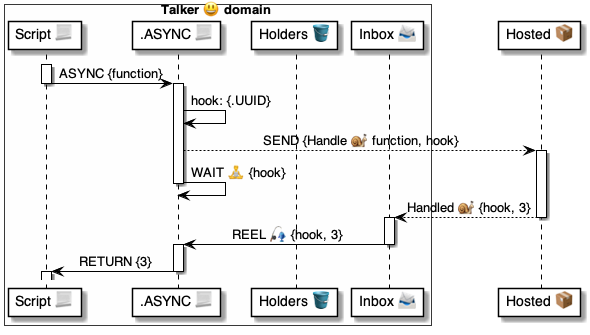
Earlier version of the PlantUML export 4 ⚙️ Solution/35 💬 Chats/Scripts 📃/📃 control ▶️/ASYNC 👷🏼/👷🏼 ASYNC ⚙️ uml.png (pollyweb-org/pollyweb-docs). Its source is kept beside it as 4 ⚙️ Solution/35 💬 Chats/Scripts 📃/📃 control ▶️/ASYNC 👷🏼/👷🏼 ASYNC ⚙️ uml.puml. The source it was exported from:
```plantuml
@startuml Handle

box Talker 😃 domain #FFFFFA
    participant "Script 📃" as script
    participant ".ASYNC 📃" as async
    participant "Holders 🪣" as holders
    participant "Inbox 📨" as inbox
end box

participant "Hosted 📦" as hosted


activate script
    script -> async: ASYNC {function}
deactivate script

activate async
    async -> async: hook: {.UUID}
    async --> hosted: SEND {Handle 🐌 function, hook}
    activate hosted
    async -> async: WAIT 🧘 {hook}
deactivate async

    hosted --> inbox: Handled 🐌 {hook, 3}
deactivate hosted

activate inbox
    inbox -> async: REEL 🎣 {hook, 3}
deactivate inbox

activate async
    async -> script: RETURN {3}
deactivate async

activate script


@enduml
```
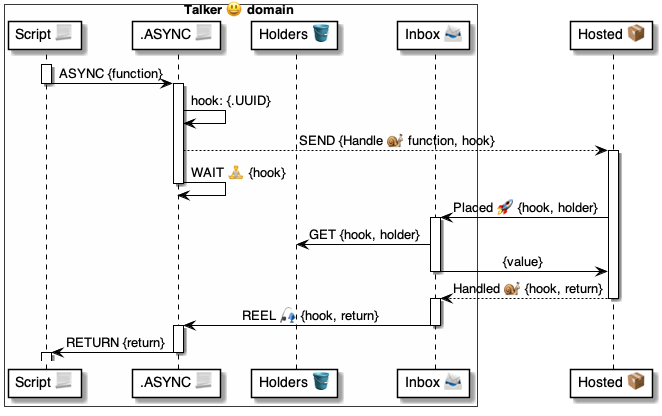
The same diagram one commit later.

What changed in the source:
```diff
@@ -21,15 +21,22 @@
     async -> async: WAIT 🧘 {hook}
 deactivate async
 
-    hosted --> inbox: Handled 🐌 {hook, 3}
+    hosted -> inbox: Placed 🚀 {hook, holder}
+    activate inbox
+        inbox -> holders: GET {hook, holder}
+        inbox -> hosted: {value}
+    deactivate inbox
+
+
+    hosted --> inbox: Handled 🐌 {hook, return}
 deactivate hosted
 
 activate inbox
-    inbox -> async: REEL 🎣 {hook, 3}
+    inbox -> async: REEL 🎣 {hook, return}
 deactivate inbox
 
 activate async
-    async -> script: RETURN {3}
+    async -> script: RETURN {return}
 deactivate async
 
 activate script
```
